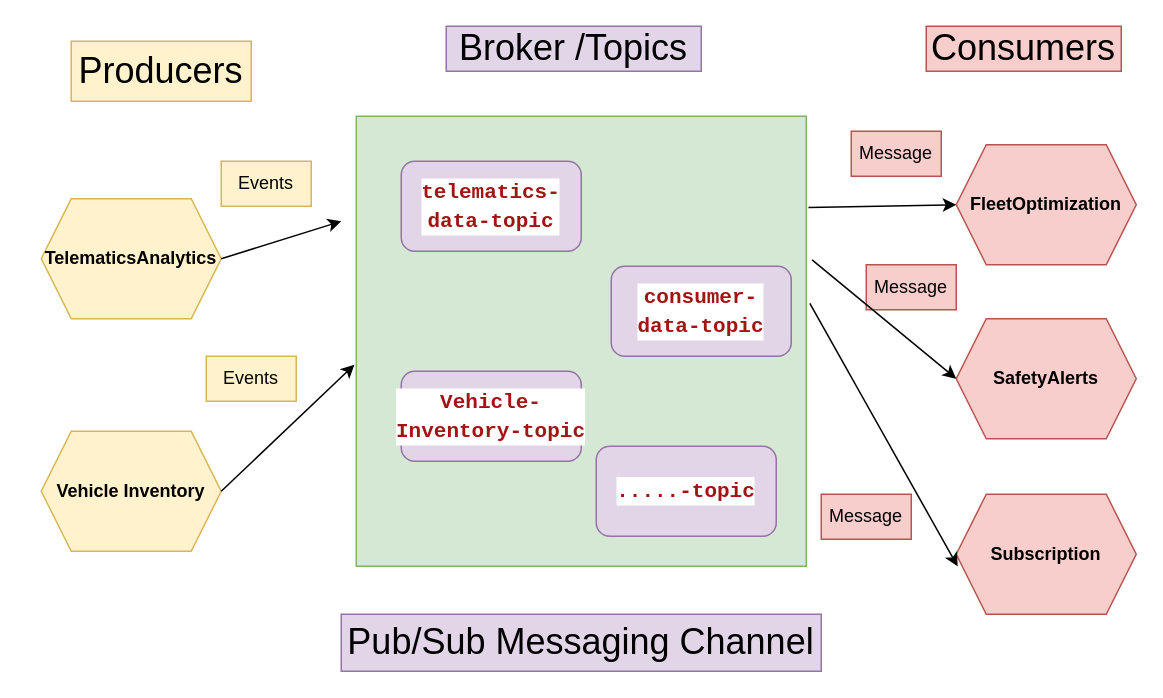
Before: messagebroker.drawio in atheeswaran/Dissertation_VehicleAPIPlatform, a draw.io diagram. Source tidied: cells renumbered, new cells numbered last; positions are measured from the earlier drawing's top-left corner, leaving out a move shared by most shapes. Both pictures are drawn from the tidied source at 150%, with x=0, y=0 at pixel (40, 26).
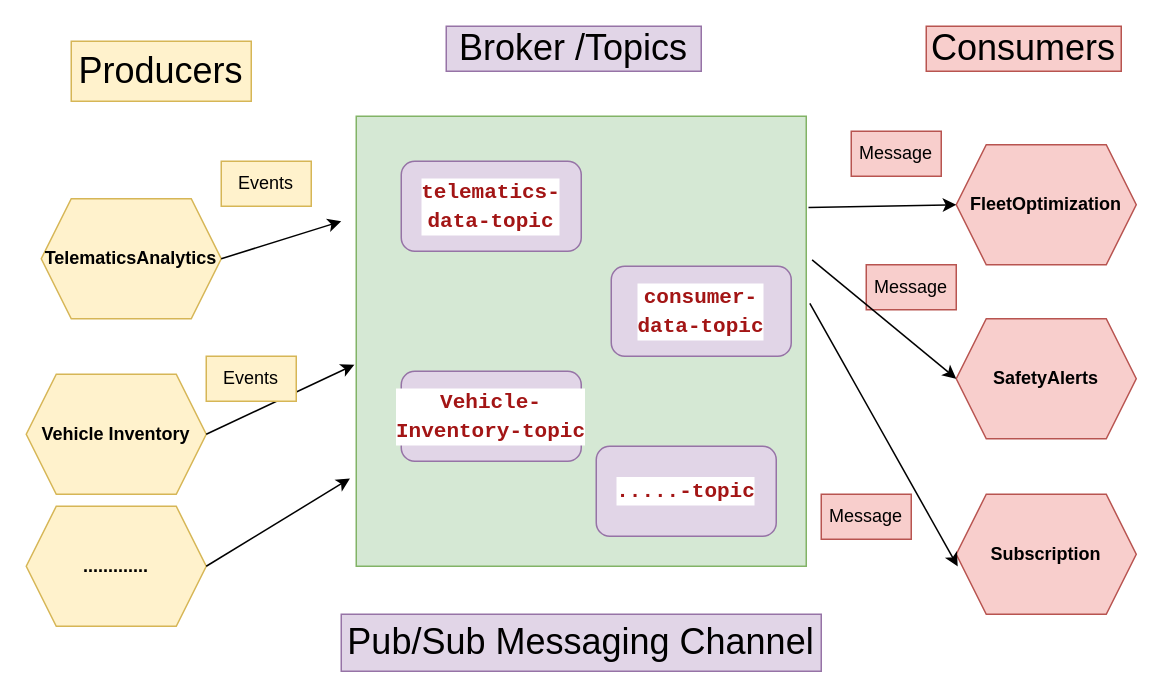
Above is the later version.

The change refers to these unchanged cells:
```xml
<mxCell id="4" style="whiteSpace=wrap;html=1;fillColor=#d5e8d4;strokeColor=#82b366;" parent="1" vertex="1">
  <mxGeometry x="210" y="60" width="300" height="300" as="geometry" />
</mxCell>
```

The edit, as a diff of the source:
```diff
@@
     <mxCell id="8" value="&lt;b&gt;Vehicle Inventory&lt;/b&gt;" style="shape=hexagon;perimeter=hexagonPerimeter2;whiteSpace=wrap;html=1;fixedSize=1;fillColor=#fff2cc;strokeColor=#d6b656;" parent="1" vertex="1">
-      <mxGeometry y="270" width="120" height="80" as="geometry" />
+      <mxGeometry x="-10" y="232" width="120" height="80" as="geometry" />
     </mxCell>
@@
+    <mxCell id="26" value="&lt;b&gt;.............&lt;/b&gt;" style="shape=hexagon;perimeter=hexagonPerimeter2;whiteSpace=wrap;html=1;fixedSize=1;fillColor=#fff2cc;strokeColor=#d6b656;" parent="1" vertex="1">
+      <mxGeometry x="-10" y="320" width="120" height="80" as="geometry" />
+    </mxCell>
+    <mxCell id="27" style="endArrow=classic;html=1;rounded=0;exitX=1;exitY=0.5;exitDx=0;exitDy=0;entryX=-0.014;entryY=0.805;entryDx=0;entryDy=0;entryPerimeter=0;" parent="1" edge="1" source="26" target="4">
+      <mxGeometry relative="1" as="geometry" />
+    </mxCell>
```
